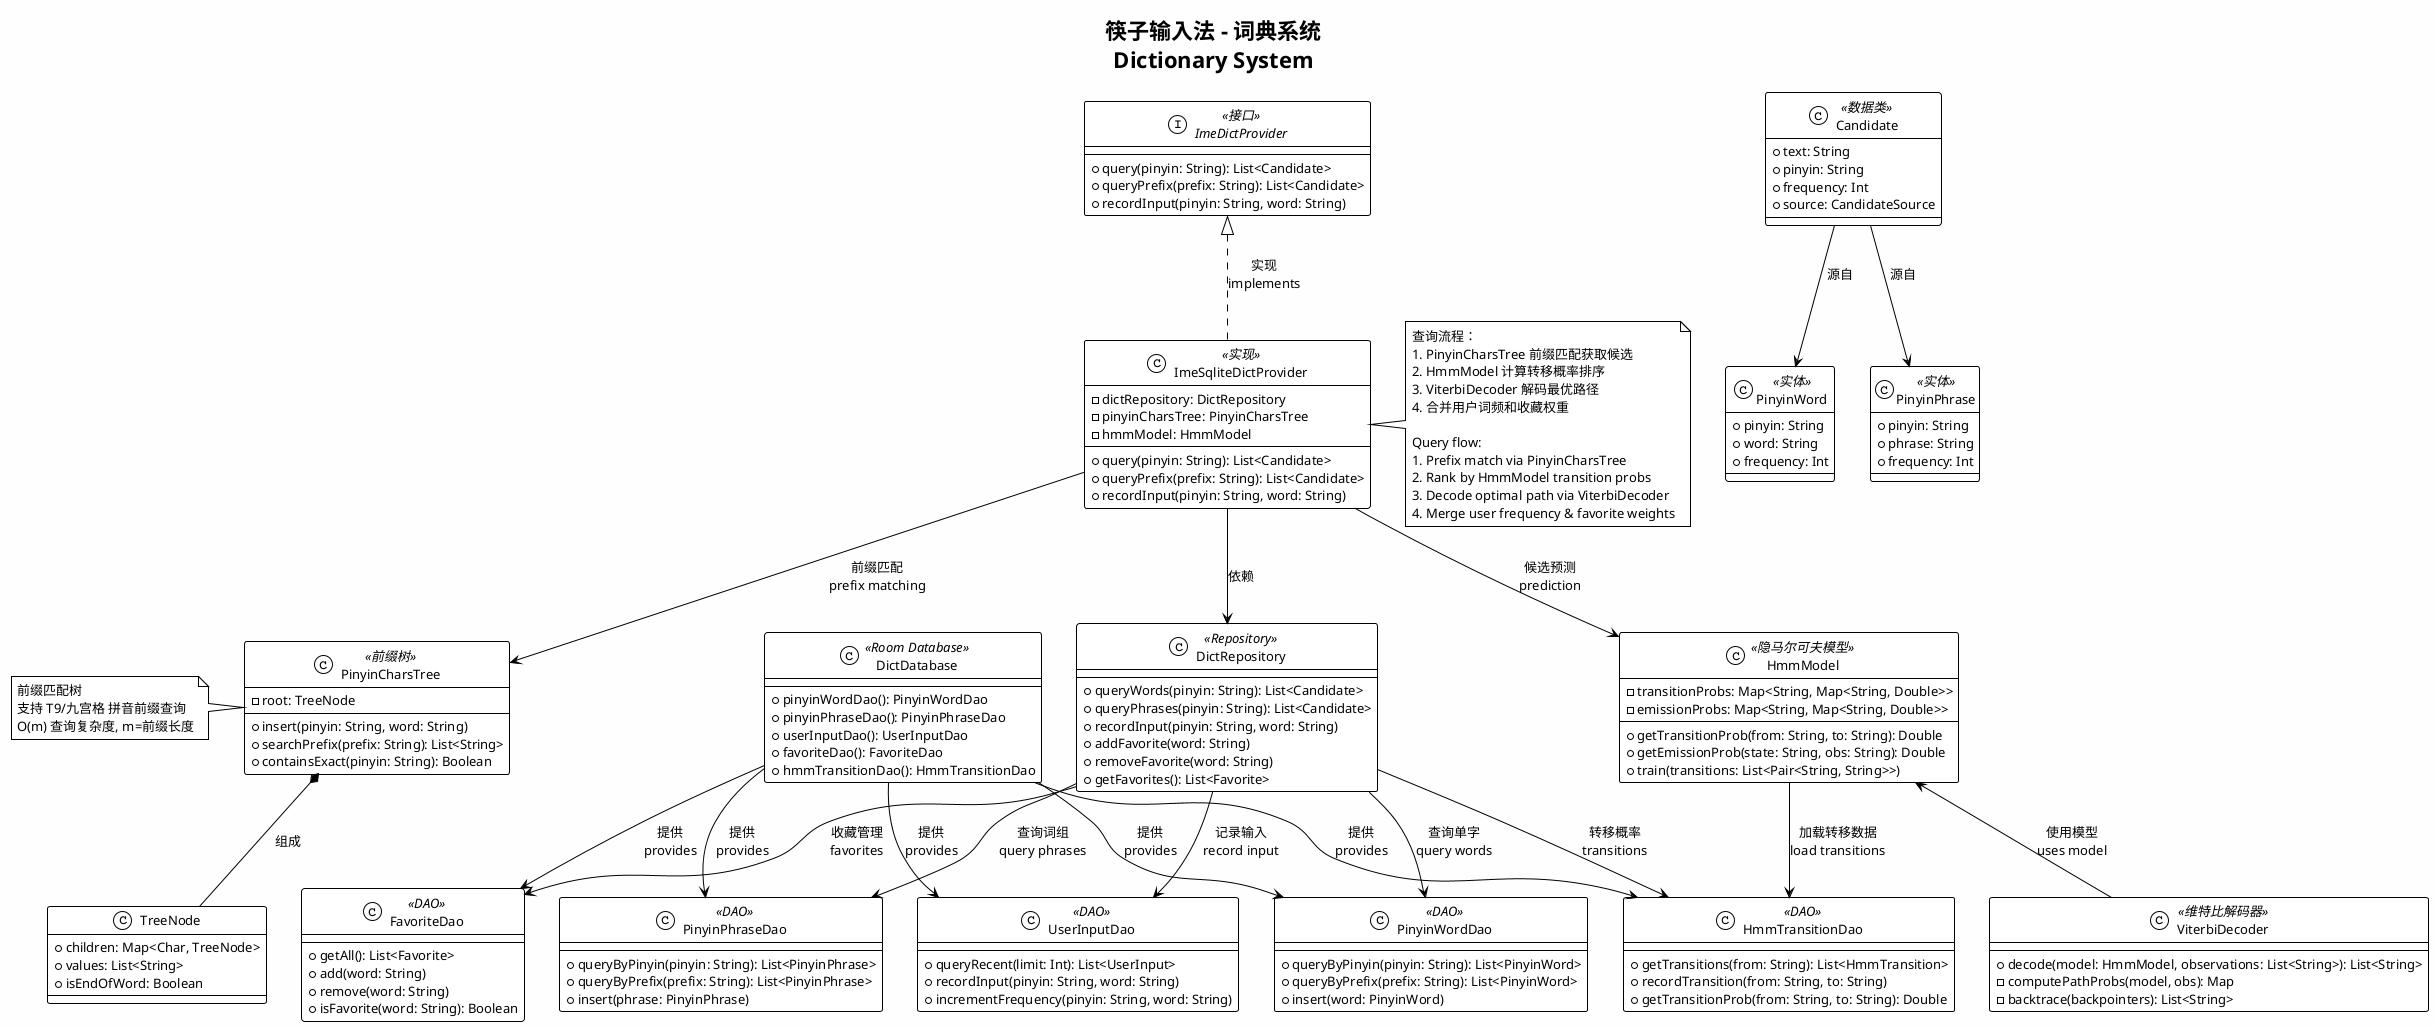
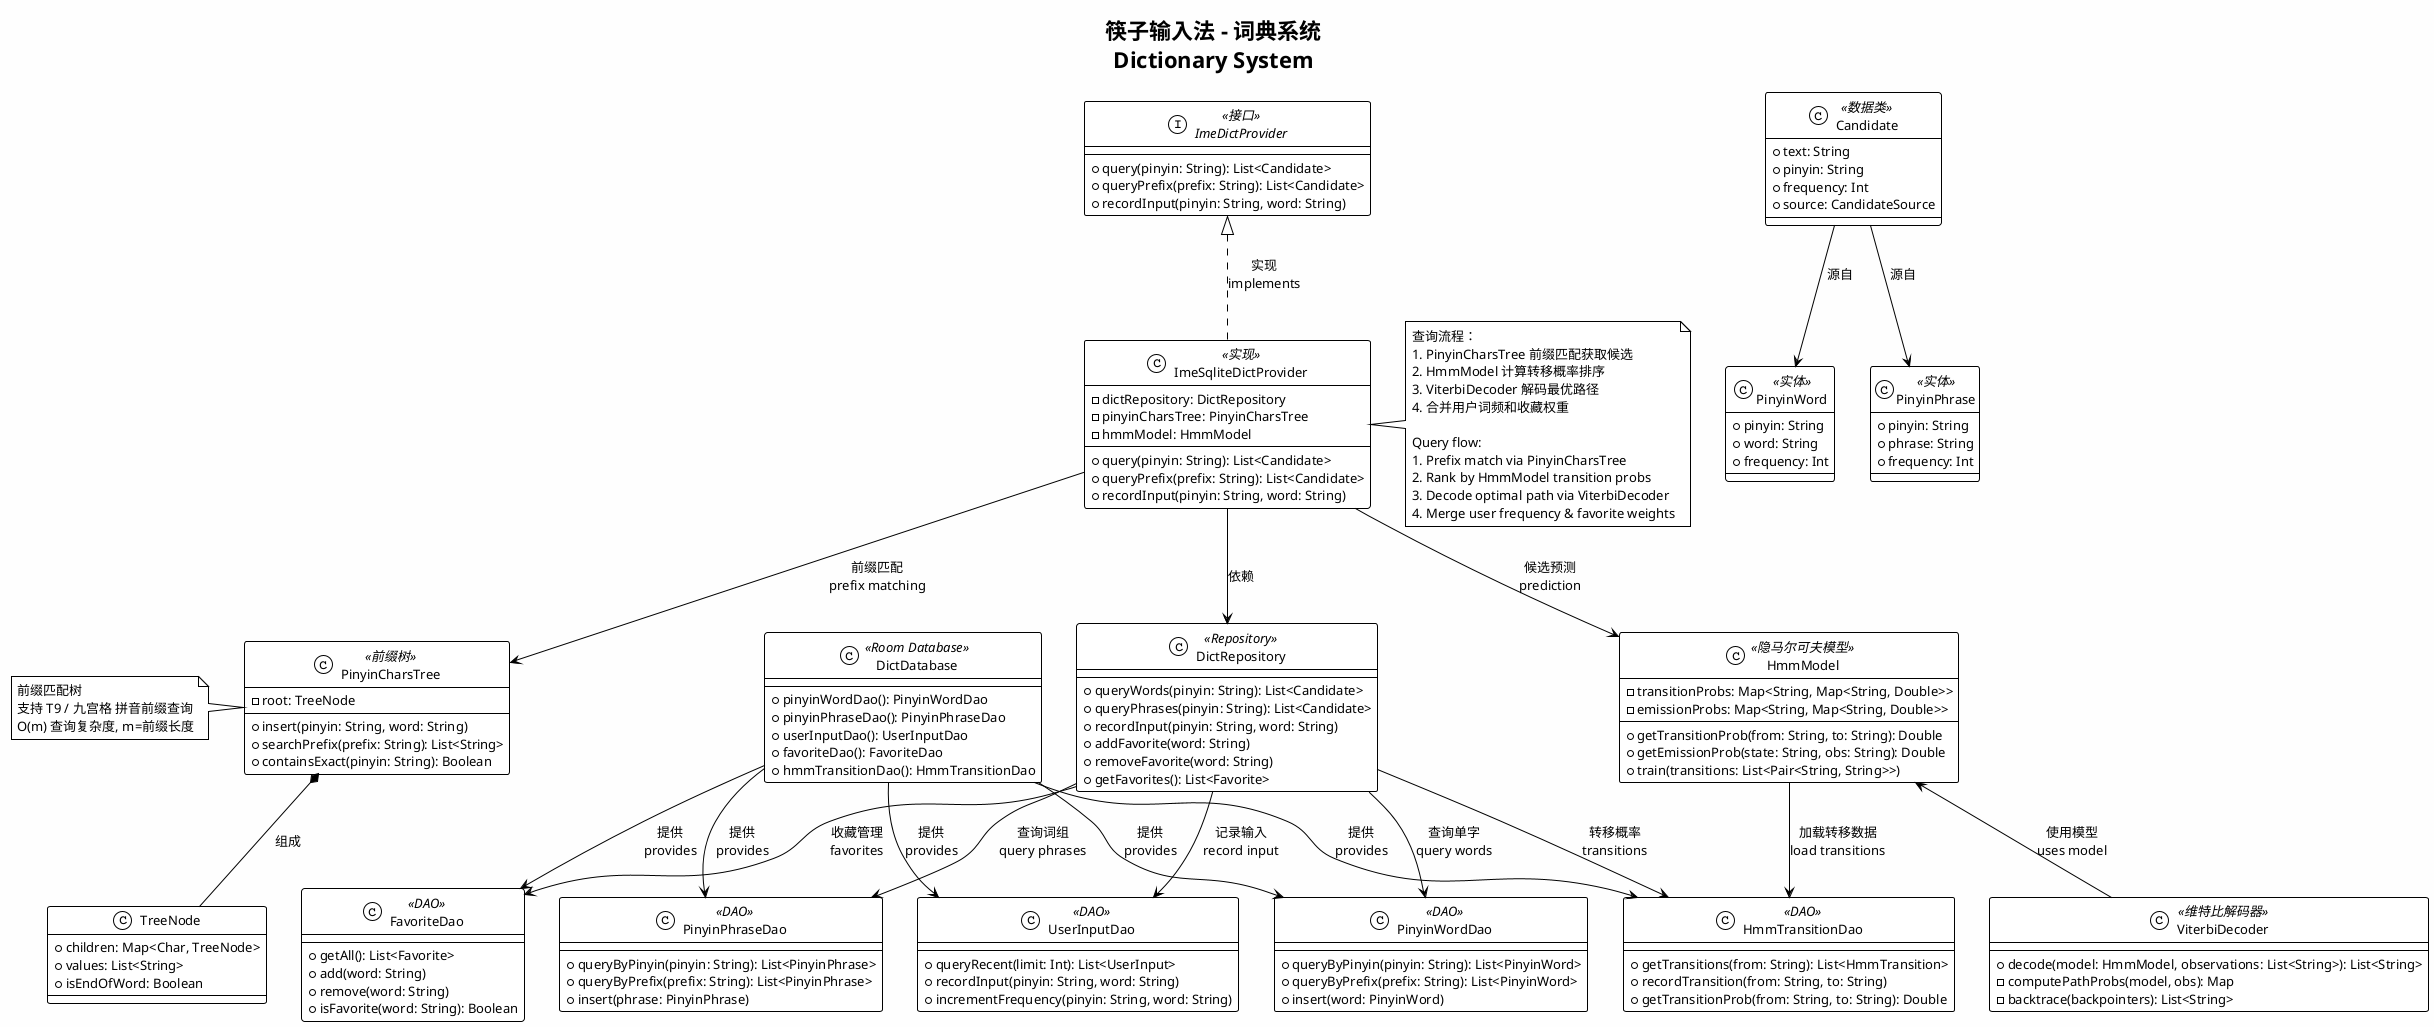
@startuml engine-dict-system
!theme plain
skinparam backgroundColor #FEFEFE
skinparam shadowing false
skinparam defaultFontSize 13
skinparam classFontSize 13
skinparam packageFontSize 14

title 筷子输入法 - 词典系统\nDictionary System

' ─── Repository Layer ──────────────────────────────────────────────

class DictRepository <<Repository>> {
    + queryWords(pinyin: String): List<Candidate>
    + queryPhrases(pinyin: String): List<Candidate>
    + recordInput(pinyin: String, word: String)
    + addFavorite(word: String)
    + removeFavorite(word: String)
    + getFavorites(): List<Favorite>
}

' ─── DAO Layer ─────────────────────────────────────────────────────

class PinyinWordDao <<DAO>> {
    + queryByPinyin(pinyin: String): List<PinyinWord>
    + queryByPrefix(prefix: String): List<PinyinWord>
    + insert(word: PinyinWord)
}

class PinyinPhraseDao <<DAO>> {
    + queryByPinyin(pinyin: String): List<PinyinPhrase>
    + queryByPrefix(prefix: String): List<PinyinPhrase>
    + insert(phrase: PinyinPhrase)
}

class UserInputDao <<DAO>> {
    + queryRecent(limit: Int): List<UserInput>
    + recordInput(pinyin: String, word: String)
    + incrementFrequency(pinyin: String, word: String)
}

class FavoriteDao <<DAO>> {
    + getAll(): List<Favorite>
    + add(word: String)
    + remove(word: String)
    + isFavorite(word: String): Boolean
}

class HmmTransitionDao <<DAO>> {
    + getTransitions(from: String): List<HmmTransition>
    + recordTransition(from: String, to: String)
    + getTransitionProb(from: String, to: String): Double
}

' ─── Database ──────────────────────────────────────────────────────

class DictDatabase <<Room Database>> {
    + pinyinWordDao(): PinyinWordDao
    + pinyinPhraseDao(): PinyinPhraseDao
    + userInputDao(): UserInputDao
    + favoriteDao(): FavoriteDao
    + hmmTransitionDao(): HmmTransitionDao
}

' ─── Provider Interface & Implementation ───────────────────────────

interface ImeDictProvider <<接口>> {
    + query(pinyin: String): List<Candidate>
    + queryPrefix(prefix: String): List<Candidate>
    + recordInput(pinyin: String, word: String)
}

class ImeSqliteDictProvider <<实现>> {
    - dictRepository: DictRepository
    - pinyinCharsTree: PinyinCharsTree
    - hmmModel: HmmModel
    + query(pinyin: String): List<Candidate>
    + queryPrefix(prefix: String): List<Candidate>
    + recordInput(pinyin: String, word: String)
}

' ─── Prefix Matching ───────────────────────────────────────────────

class PinyinCharsTree <<前缀树>> {
    - root: TreeNode
    + insert(pinyin: String, word: String)
    + searchPrefix(prefix: String): List<String>
    + containsExact(pinyin: String): Boolean
}

class TreeNode {
    + children: Map<Char, TreeNode>
    + values: List<String>
    + isEndOfWord: Boolean
}

' ─── HMM + Viterbi ────────────────────────────────────────────────

class HmmModel <<隐马尔可夫模型>> {
    - transitionProbs: Map<String, Map<String, Double>>
    - emissionProbs: Map<String, Map<String, Double>>
    + getTransitionProb(from: String, to: String): Double
    + getEmissionProb(state: String, obs: String): Double
    + train(transitions: List<Pair<String, String>>)
}

class ViterbiDecoder <<维特比解码器>> {
    + decode(model: HmmModel, observations: List<String>): List<String>
    - computePathProbs(model, obs): Map
    - backtrace(backpointers): List<String>
}

' ─── Data Classes ──────────────────────────────────────────────────

class Candidate <<数据类>> {
    + text: String
    + pinyin: String
    + frequency: Int
    + source: CandidateSource
}

class PinyinWord <<实体>> {
    + pinyin: String
    + word: String
    + frequency: Int
}

class PinyinPhrase <<实体>> {
    + pinyin: String
    + phrase: String
    + frequency: Int
}

' ─── Relationships ─────────────────────────────────────────────────

DictRepository --> PinyinWordDao : "查询单字\nquery words"
DictRepository --> PinyinPhraseDao : "查询词组\nquery phrases"
DictRepository --> UserInputDao : "记录输入\nrecord input"
DictRepository --> FavoriteDao : "收藏管理\nfavorites"
DictRepository --> HmmTransitionDao : "转移概率\ntransitions"

DictDatabase --> PinyinWordDao : "提供\nprovides"
DictDatabase --> PinyinPhraseDao : "提供\nprovides"
DictDatabase --> UserInputDao : "提供\nprovides"
DictDatabase --> FavoriteDao : "提供\nprovides"
DictDatabase --> HmmTransitionDao : "提供\nprovides"

ImeDictProvider <|.. ImeSqliteDictProvider : "实现\nimplements"
ImeSqliteDictProvider --> DictRepository : "依赖"
ImeSqliteDictProvider --> PinyinCharsTree : "前缀匹配\nprefix matching"
ImeSqliteDictProvider --> HmmModel : "候选预测\nprediction"

PinyinCharsTree *-- TreeNode : "组成"

HmmModel <-- ViterbiDecoder : "使用模型\nuses model"

HmmModel --> HmmTransitionDao : "加载转移数据\nload transitions"

Candidate --> PinyinWord : "源自"
Candidate --> PinyinPhrase : "源自"

' ─── Notes ─────────────────────────────────────────────────────────

note right of ImeSqliteDictProvider
    查询流程：
    1. PinyinCharsTree 前缀匹配获取候选
    2. HmmModel 计算转移概率排序
    3. ViterbiDecoder 解码最优路径
    4. 合并用户词频和收藏权重

    Query flow:
    1. Prefix match via PinyinCharsTree
    2. Rank by HmmModel transition probs
    3. Decode optimal path via ViterbiDecoder
    4. Merge user frequency & favorite weights
end note

note left of PinyinCharsTree
    前缀匹配树
-     支持 T9/九宫格 拼音前缀查询
+     支持 T9 / 九宫格 拼音前缀查询
    O(m) 查询复杂度, m=前缀长度
end note

@enduml
